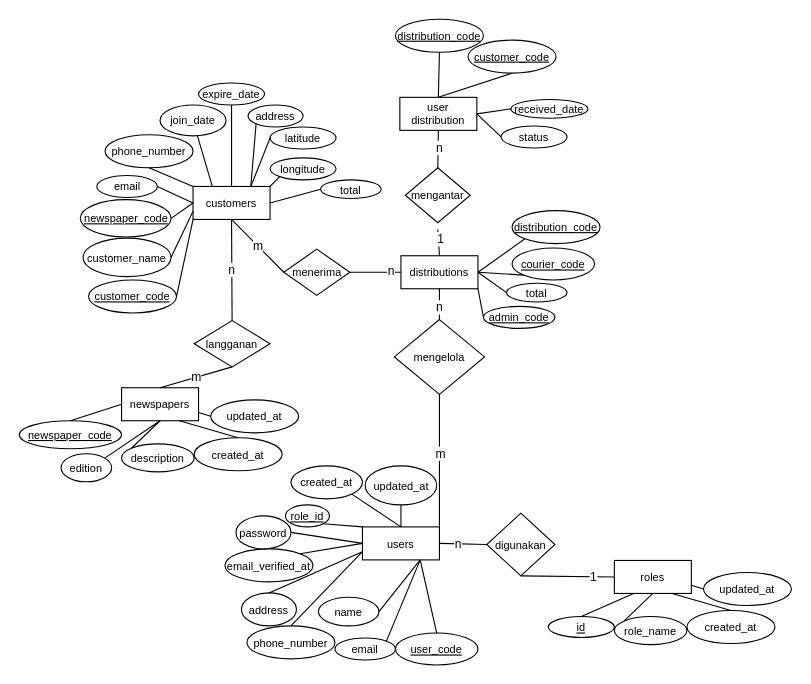
Above: ERD rb-location-tracer.drawio in kritimauludin/rb-location-tracker-design (draw.io), before the change. Source tidied: cells renumbered, new cells numbered last; positions are measured from the earlier drawing's top-left corner, leaving out a move shared by most shapes. Both pictures are drawn from the tidied source at 110%, with x=0, y=0 at pixel (19, 19).
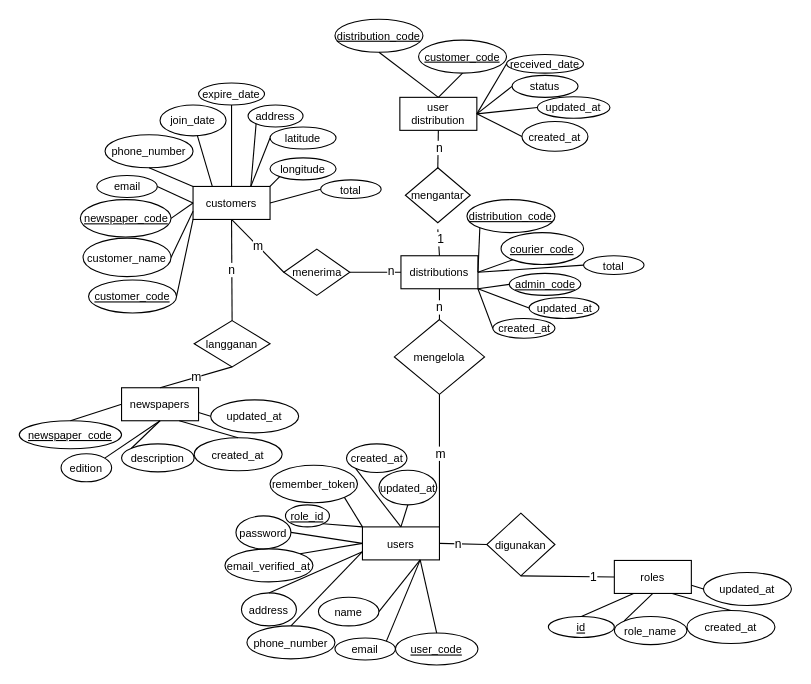
Above is the later version.

Unchanged cells that the change refers to:
```xml
<mxCell id="3" value="users" style="rounded=0;whiteSpace=wrap;html=1;fontSize=10;" parent="1" vertex="1">
  <mxGeometry x="312" y="461.5" width="70" height="30" as="geometry" />
</mxCell>
<mxCell id="22" value="distributions" style="rounded=0;whiteSpace=wrap;html=1;fontSize=10;" parent="1" vertex="1">
  <mxGeometry x="347" y="215" width="70" height="30" as="geometry" />
</mxCell>
<mxCell id="51" value="user distribution" style="rounded=0;whiteSpace=wrap;html=1;fontSize=10;" parent="1" vertex="1">
  <mxGeometry x="346" y="71" width="70" height="30" as="geometry" />
</mxCell>
```

Diff of the diagram source:
```diff
@@
     <mxCell id="31" value="&lt;u&gt;courier_code&lt;/u&gt;" style="ellipse;whiteSpace=wrap;html=1;fontSize=10;" parent="1" vertex="1">
-      <mxGeometry x="448" y="208" width="75" height="29" as="geometry" />
+      <mxGeometry x="438" y="194" width="75" height="29" as="geometry" />
     </mxCell>
@@
     <mxCell id="45" value="total" style="ellipse;whiteSpace=wrap;html=1;fontSize=10;" parent="1" vertex="1">
-      <mxGeometry x="443" y="240" width="55" height="17" as="geometry" />
+      <mxGeometry x="513" y="215" width="55" height="17" as="geometry" />
     </mxCell>
     <mxCell id="46" value="&lt;u&gt;admin_code&lt;/u&gt;" style="ellipse;whiteSpace=wrap;html=1;fontSize=10;" parent="1" vertex="1">
-      <mxGeometry x="422" y="261" width="65" height="20" as="geometry" />
+      <mxGeometry x="445.5" y="231" width="65" height="20" as="geometry" />
     </mxCell>
@@
     <mxCell id="49" value="&lt;u&gt;distribution_code&lt;/u&gt;" style="ellipse;whiteSpace=wrap;html=1;fontSize=10;" parent="1" vertex="1">
-      <mxGeometry x="448" y="174" width="80" height="30" as="geometry" />
+      <mxGeometry x="407" y="164" width="80" height="30" as="geometry" />
     </mxCell>
@@
     <mxCell id="52" value="status" style="ellipse;whiteSpace=wrap;html=1;fontSize=10;" parent="1" vertex="1">
-      <mxGeometry x="438" y="97" width="60" height="20" as="geometry" />
+      <mxGeometry x="448" y="51" width="60" height="20" as="geometry" />
     </mxCell>
     <mxCell id="53" value="&lt;u&gt;customer_code&lt;/u&gt;" style="ellipse;whiteSpace=wrap;html=1;fontSize=10;" parent="1" vertex="1">
-      <mxGeometry x="408" y="19" width="80" height="30" as="geometry" />
+      <mxGeometry x="363" y="19" width="80" height="30" as="geometry" />
     </mxCell>
@@
     <mxCell id="57" value="&lt;u&gt;distribution_code&lt;/u&gt;" style="ellipse;whiteSpace=wrap;html=1;fontSize=10;" parent="1" vertex="1">
-      <mxGeometry x="342" width="80" height="30" as="geometry" />
+      <mxGeometry x="287" width="80" height="30" as="geometry" />
     </mxCell>
@@
     <mxCell id="64" value="received_date" style="ellipse;whiteSpace=wrap;html=1;fontSize=10;" parent="1" vertex="1">
-      <mxGeometry x="447" y="73" width="70" height="17" as="geometry" />
+      <mxGeometry x="443" y="32" width="70" height="17" as="geometry" />
     </mxCell>
@@
     <mxCell id="84" value="updated_at" style="ellipse;whiteSpace=wrap;html=1;fontSize=10;" parent="1" vertex="1">
-      <mxGeometry x="314.5" y="406" width="65" height="35.5" as="geometry" />
+      <mxGeometry x="327" y="410" width="52.5" height="31.5" as="geometry" />
     </mxCell>
     <mxCell id="85" value="created_at" style="ellipse;whiteSpace=wrap;html=1;fontSize=10;" parent="1" vertex="1">
-      <mxGeometry x="247" y="406" width="65" height="30" as="geometry" />
+      <mxGeometry x="297.5" y="386" width="55" height="26" as="geometry" />
     </mxCell>
-    <mxCell id="86" style="endArrow=none;html=1;rounded=0;entryX=0.5;entryY=0;entryDx=0;entryDy=0;exitX=1;exitY=1;exitDx=0;exitDy=0;" parent="1" edge="1" source="85" target="3">
+    <mxCell id="86" style="endArrow=none;html=1;rounded=0;entryX=0.5;entryY=0;entryDx=0;entryDy=0;exitX=0;exitY=1;exitDx=0;exitDy=0;" parent="1" edge="1" source="85" target="3">
       <mxGeometry relative="1" as="geometry" />
     </mxCell>
@@
+    <mxCell id="106" value="updated_at" style="ellipse;whiteSpace=wrap;html=1;fontSize=10;" parent="1" vertex="1">
+      <mxGeometry x="463.5" y="253" width="63.5" height="19" as="geometry" />
+    </mxCell>
+    <mxCell id="107" value="created_at" style="ellipse;whiteSpace=wrap;html=1;fontSize=10;" parent="1" vertex="1">
+      <mxGeometry x="430.5" y="272" width="56.5" height="18" as="geometry" />
+    </mxCell>
+    <mxCell id="108" value="updated_at" style="ellipse;whiteSpace=wrap;html=1;fontSize=10;" parent="1" vertex="1">
+      <mxGeometry x="471" y="70.5" width="66" height="19.5" as="geometry" />
+    </mxCell>
+    <mxCell id="109" value="created_at" style="ellipse;whiteSpace=wrap;html=1;fontSize=10;" parent="1" vertex="1">
+      <mxGeometry x="457" y="93" width="60" height="27" as="geometry" />
+    </mxCell>
+    <mxCell id="110" style="endArrow=none;html=1;rounded=0;entryX=0;entryY=0.5;entryDx=0;entryDy=0;exitX=1;exitY=0.5;exitDx=0;exitDy=0;" parent="1" edge="1" source="51" target="108">
+      <mxGeometry relative="1" as="geometry" />
+    </mxCell>
+    <mxCell id="111" style="endArrow=none;html=1;rounded=0;entryX=0;entryY=0.5;entryDx=0;entryDy=0;exitX=1;exitY=0.5;exitDx=0;exitDy=0;" parent="1" edge="1" source="51" target="109">
+      <mxGeometry relative="1" as="geometry" />
+    </mxCell>
+    <mxCell id="112" style="endArrow=none;html=1;rounded=0;entryX=0;entryY=0.5;entryDx=0;entryDy=0;exitX=1;exitY=1;exitDx=0;exitDy=0;" parent="1" edge="1" source="22" target="106">
+      <mxGeometry relative="1" as="geometry" />
+    </mxCell>
+    <mxCell id="113" style="endArrow=none;html=1;rounded=0;entryX=0;entryY=0.5;entryDx=0;entryDy=0;exitX=1;exitY=1;exitDx=0;exitDy=0;" parent="1" edge="1" source="22" target="107">
+      <mxGeometry relative="1" as="geometry" />
+    </mxCell>
+    <mxCell id="114" value="remember_token" style="ellipse;whiteSpace=wrap;html=1;fontSize=10;" parent="1" vertex="1">
+      <mxGeometry x="228" y="405.5" width="79.5" height="34" as="geometry" />
+    </mxCell>
+    <mxCell id="115" style="endArrow=none;html=1;rounded=0;entryX=0;entryY=0;entryDx=0;entryDy=0;exitX=1;exitY=1;exitDx=0;exitDy=0;" parent="1" edge="1" source="114" target="3">
+      <mxGeometry relative="1" as="geometry" />
+    </mxCell>
```
